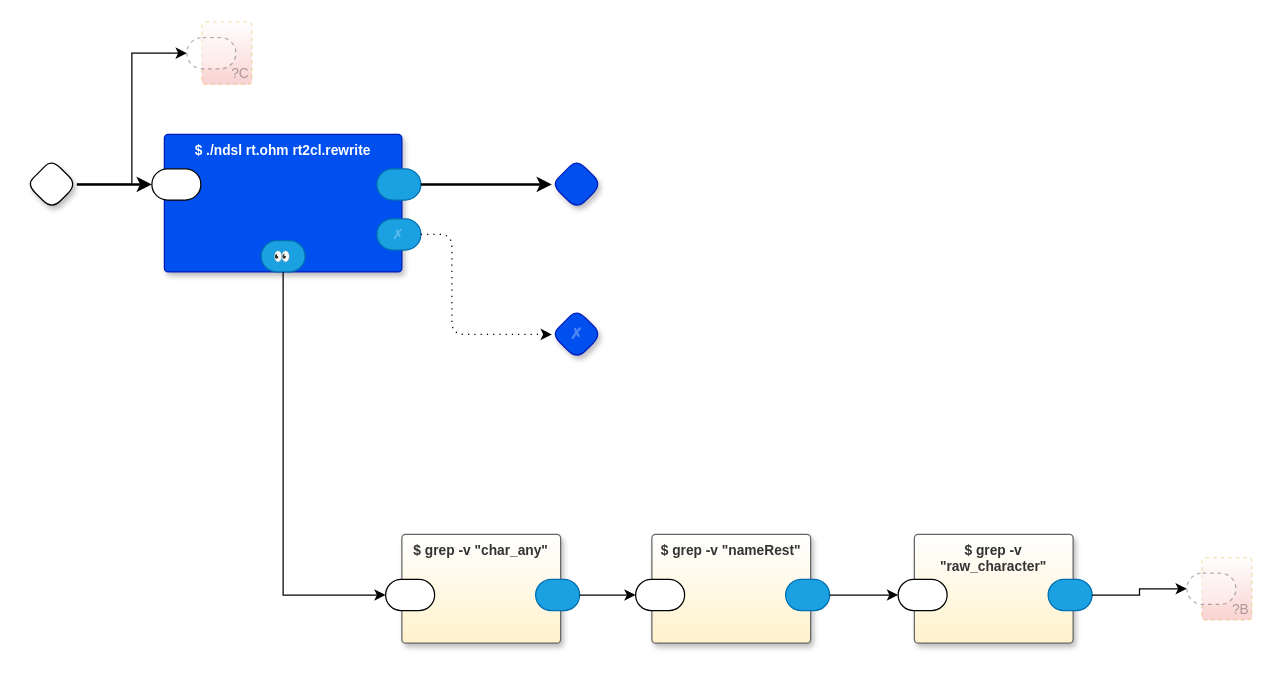
Earlier version of the draw.io diagram page "RT to Common Lisp" (5 of 7) of rt2cl.drawio (guitarvydas/rt). Source tidied: cells renumbered, new cells numbered last; positions are measured from the earlier drawing's top-left corner, leaving out a move shared by most shapes. Both pictures are drawn from the tidied source at 125%, with x=0, y=0 at pixel (26, 21).
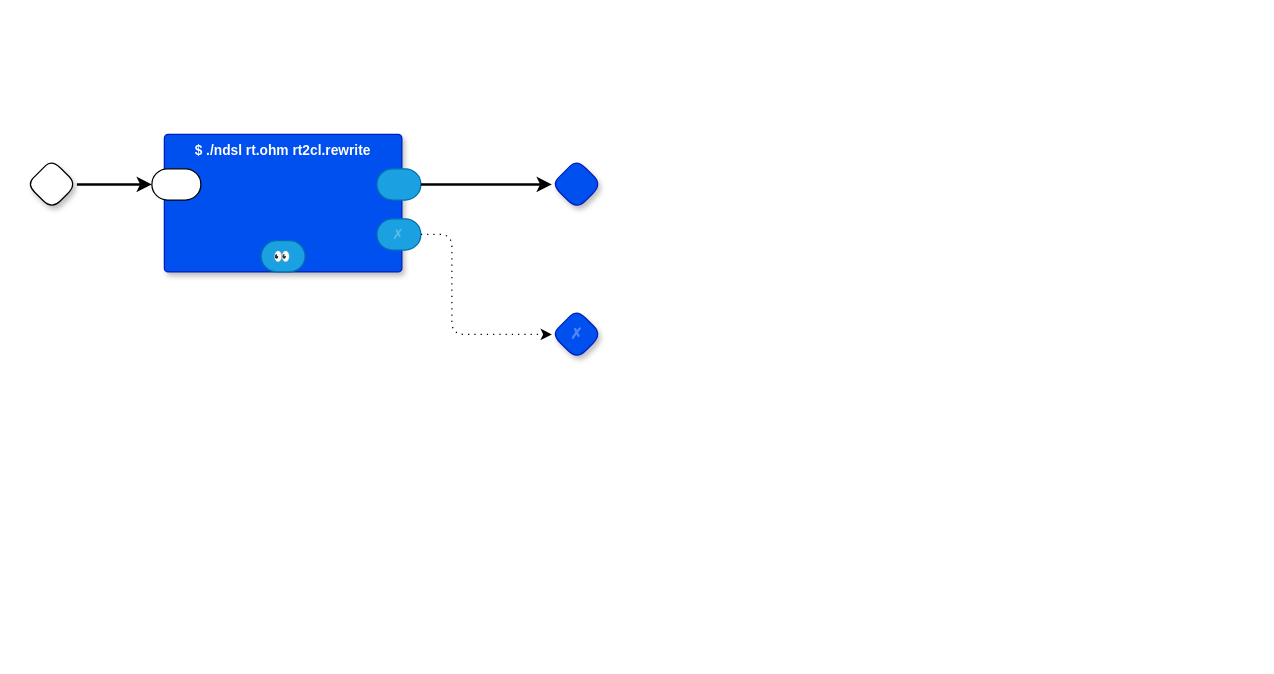
The same page after the edit.

Unchanged cells that the change refers to:
```xml
<mxCell id="3" style="rhombus;whiteSpace=wrap;html=1;rounded=1;fontStyle=1;glass=0;sketch=0;fontSize=12;points=[[0,0.5,0,0,0],[0.5,0,0,0,0],[0.5,1,0,0,0],[1,0.5,0,0,0]];shadow=1;fontFamily=Helvetica;fontColor=default;" parent="1" vertex="1">
  <mxGeometry y="110" width="40" height="40" as="geometry" />
</mxCell>
<mxCell id="10" value="👀" style="rounded=1;whiteSpace=wrap;sketch=0;points=[[0,0.5,0,0,0],[1,0.5,0,0,0]];fillColor=#1ba1e2;fontColor=#ffffff;strokeColor=#006EAF;arcSize=50;fontFamily=Helvetica;fontSize=11;labelBackgroundColor=none;" parent="6" vertex="1">
  <mxGeometry x="77.4" y="85" width="35.2" height="25" as="geometry" />
</mxCell>
```

What changed in the source:
```diff
@@
-    <mxCell id="2" style="edgeStyle=orthogonalEdgeStyle;rounded=0;jettySize=auto;html=1;entryX=0;entryY=0.5;entryDx=0;entryDy=0;entryPerimeter=0;" parent="1" edge="1" source="3" target="30">
-      <mxGeometry relative="1" as="geometry" />
-    </mxCell>
@@
-    <mxCell id="14" value="?B" style="rounded=1;whiteSpace=wrap;html=1;sketch=0;verticalAlign=bottom;arcSize=6;fontStyle=0;absoluteArcSize=1;shadow=0;strokeColor=#d79b00;fillColor=#FFFFFF;fontFamily=Helvetica;fontSize=11;dashed=1;opacity=30;align=right;textOpacity=30;gradientColor=#EA6B66;fontColor=default;" parent="1" vertex="1">
-      <mxGeometry x="940" y="428.5" width="40" height="50" as="geometry" />
-    </mxCell>
-    <mxCell id="15" style="rounded=1;whiteSpace=wrap;html=1;sketch=0;points=[[0,0.5,0,0,0],[1,0.5,0,0,0]];arcSize=50;fontFamily=Helvetica;fontSize=11;fontColor=default;dashed=1;textOpacity=50;opacity=30;fontStyle=0;" parent="14" vertex="1">
-      <mxGeometry x="-12" y="12.5" width="39.2" height="25" as="geometry" />
-    </mxCell>
-    <mxCell id="16" value="$ grep -v &quot;char_any&quot;" style="rounded=1;whiteSpace=wrap;html=1;sketch=0;verticalAlign=top;arcSize=6;fontStyle=1;absoluteArcSize=1;shadow=1;strokeColor=#666666;fillColor=#FFFFFF;fontColor=#333333;gradientColor=#FFF2CC;fontFamily=Helvetica;fontSize=11;" parent="1" vertex="1">
-      <mxGeometry x="300" y="410" width="127" height="87" as="geometry" />
-    </mxCell>
-    <mxCell id="17" style="rounded=1;whiteSpace=wrap;html=1;sketch=0;points=[[0,0.5,0,0,0],[1,0.5,0,0,0]];arcSize=50;fontFamily=Helvetica;fontSize=11;fontColor=default;" parent="16" vertex="1">
-      <mxGeometry x="-13" y="36" width="39.2" height="25" as="geometry" />
-    </mxCell>
-    <mxCell id="18" style="rounded=1;whiteSpace=wrap;html=1;sketch=0;points=[[0,0.5,0,0,0],[1,0.5,0,0,0]];fillColor=#1ba1e2;fontColor=#ffffff;strokeColor=#006EAF;arcSize=50;fontFamily=Helvetica;fontSize=11;" parent="16" vertex="1">
-      <mxGeometry x="107" y="36" width="35.2" height="25" as="geometry" />
-    </mxCell>
-    <mxCell id="19" value="$ grep -v &quot;nameRest&quot;" style="rounded=1;whiteSpace=wrap;html=1;sketch=0;verticalAlign=top;arcSize=6;fontStyle=1;absoluteArcSize=1;shadow=1;strokeColor=#666666;fillColor=#FFFFFF;fontColor=#333333;gradientColor=#FFF2CC;fontFamily=Helvetica;fontSize=11;" parent="1" vertex="1">
-      <mxGeometry x="500" y="410" width="127" height="87" as="geometry" />
-    </mxCell>
-    <mxCell id="20" style="rounded=1;whiteSpace=wrap;html=1;sketch=0;points=[[0,0.5,0,0,0],[1,0.5,0,0,0]];arcSize=50;fontFamily=Helvetica;fontSize=11;fontColor=default;" parent="19" vertex="1">
-      <mxGeometry x="-13" y="36" width="39.2" height="25" as="geometry" />
-    </mxCell>
-    <mxCell id="21" style="rounded=1;whiteSpace=wrap;html=1;sketch=0;points=[[0,0.5,0,0,0],[1,0.5,0,0,0]];fillColor=#1ba1e2;fontColor=#ffffff;strokeColor=#006EAF;arcSize=50;fontFamily=Helvetica;fontSize=11;" parent="19" vertex="1">
-      <mxGeometry x="107" y="36" width="35.2" height="25" as="geometry" />
-    </mxCell>
-    <mxCell id="22" style="edgeStyle=orthogonalEdgeStyle;rounded=0;jettySize=auto;html=1;exitX=1;exitY=0.5;exitDx=0;exitDy=0;exitPerimeter=0;entryX=0;entryY=0.5;entryDx=0;entryDy=0;entryPerimeter=0;" parent="1" edge="1" source="18" target="20">
-      <mxGeometry relative="1" as="geometry" />
-    </mxCell>
-    <mxCell id="23" style="edgeStyle=orthogonalEdgeStyle;rounded=0;jettySize=auto;html=1;entryX=0;entryY=0.5;entryDx=0;entryDy=0;entryPerimeter=0;" parent="1" edge="1" source="10" target="17">
-      <mxGeometry relative="1" as="geometry">
-        <Array as="points">
-          <mxPoint x="205" y="459" />
-        </Array>
-      </mxGeometry>
-    </mxCell>
-    <mxCell id="24" value="$ grep -v &quot;raw_character&quot;" style="rounded=1;whiteSpace=wrap;html=1;sketch=0;verticalAlign=top;arcSize=6;fontStyle=1;absoluteArcSize=1;shadow=1;strokeColor=#666666;fillColor=#FFFFFF;fontColor=#333333;gradientColor=#FFF2CC;fontFamily=Helvetica;fontSize=11;" parent="1" vertex="1">
-      <mxGeometry x="710" y="410" width="127" height="87" as="geometry" />
-    </mxCell>
-    <mxCell id="25" style="rounded=1;whiteSpace=wrap;html=1;sketch=0;points=[[0,0.5,0,0,0],[1,0.5,0,0,0]];arcSize=50;fontFamily=Helvetica;fontSize=11;fontColor=default;" parent="24" vertex="1">
-      <mxGeometry x="-13" y="36" width="39.2" height="25" as="geometry" />
-    </mxCell>
-    <mxCell id="26" style="rounded=1;whiteSpace=wrap;html=1;sketch=0;points=[[0,0.5,0,0,0],[1,0.5,0,0,0]];fillColor=#1ba1e2;fontColor=#ffffff;strokeColor=#006EAF;arcSize=50;fontFamily=Helvetica;fontSize=11;" parent="24" vertex="1">
-      <mxGeometry x="107" y="36" width="35.2" height="25" as="geometry" />
-    </mxCell>
-    <mxCell id="27" style="edgeStyle=orthogonalEdgeStyle;rounded=0;jettySize=auto;html=1;exitX=1;exitY=0.5;exitDx=0;exitDy=0;exitPerimeter=0;entryX=0;entryY=0.5;entryDx=0;entryDy=0;entryPerimeter=0;" parent="1" edge="1" source="21" target="25">
-      <mxGeometry relative="1" as="geometry" />
-    </mxCell>
-    <mxCell id="28" style="edgeStyle=orthogonalEdgeStyle;rounded=0;jettySize=auto;html=1;exitX=1;exitY=0.5;exitDx=0;exitDy=0;exitPerimeter=0;entryX=0;entryY=0.5;entryDx=0;entryDy=0;entryPerimeter=0;" parent="1" edge="1" source="26" target="15">
-      <mxGeometry relative="1" as="geometry" />
-    </mxCell>
-    <mxCell id="29" value="?C" style="rounded=1;whiteSpace=wrap;html=1;sketch=0;verticalAlign=bottom;arcSize=6;fontStyle=0;absoluteArcSize=1;shadow=0;strokeColor=#d79b00;fillColor=#FFFFFF;fontFamily=Helvetica;fontSize=11;dashed=1;opacity=30;align=right;textOpacity=30;gradientColor=#EA6B66;fontColor=default;" parent="1" vertex="1">
-      <mxGeometry x="140" width="40" height="50" as="geometry" />
-    </mxCell>
-    <mxCell id="30" style="rounded=1;whiteSpace=wrap;html=1;sketch=0;points=[[0,0.5,0,0,0],[1,0.5,0,0,0]];arcSize=50;fontFamily=Helvetica;fontSize=11;fontColor=default;dashed=1;textOpacity=50;opacity=30;fontStyle=0;" parent="29" vertex="1">
-      <mxGeometry x="-12" y="12.5" width="39.2" height="25" as="geometry" />
-    </mxCell>
```
